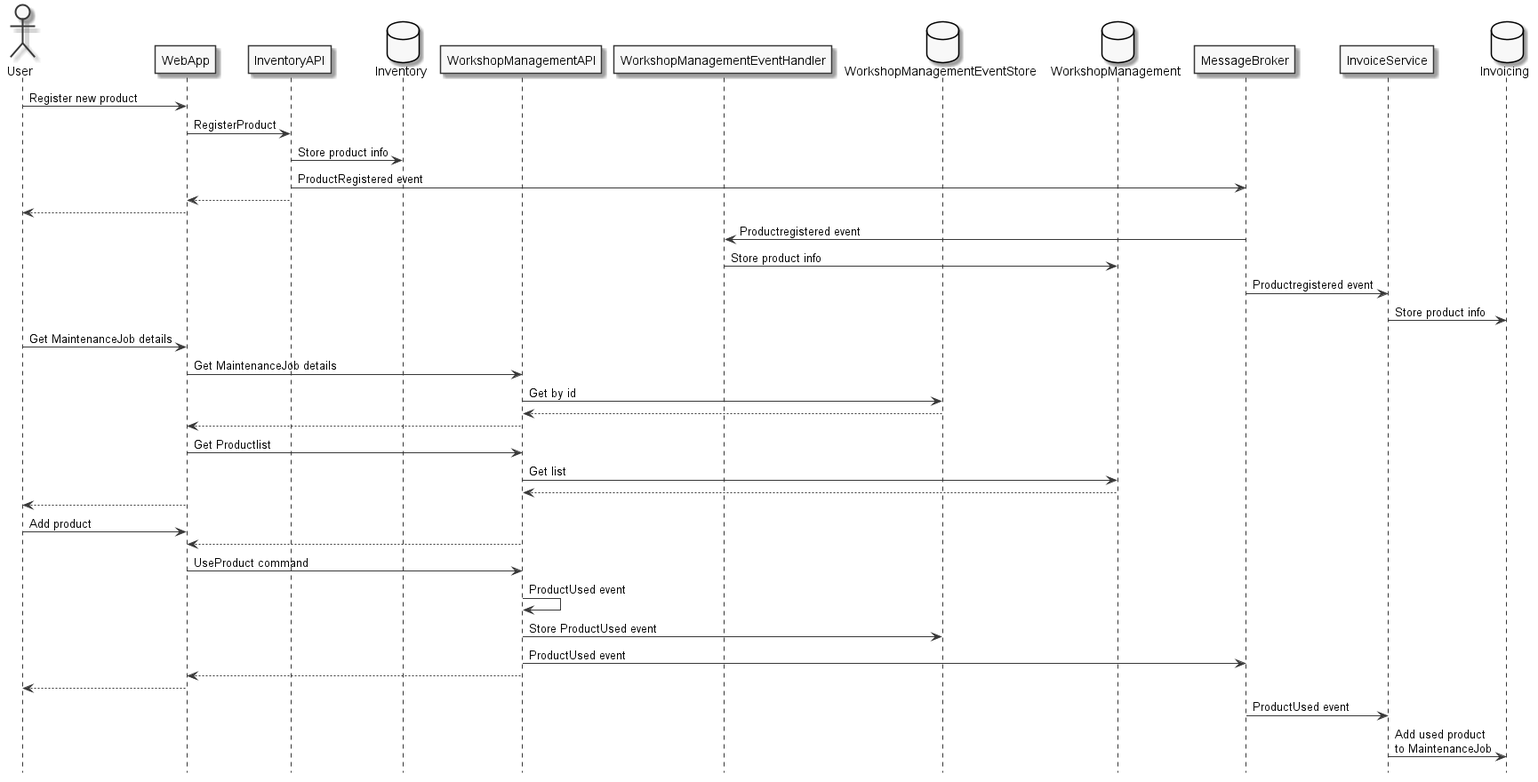
Before: img/inventory-management.png, a diagram exported from PlantUML (EdwinVW/cloud-native-architecture-workshop).
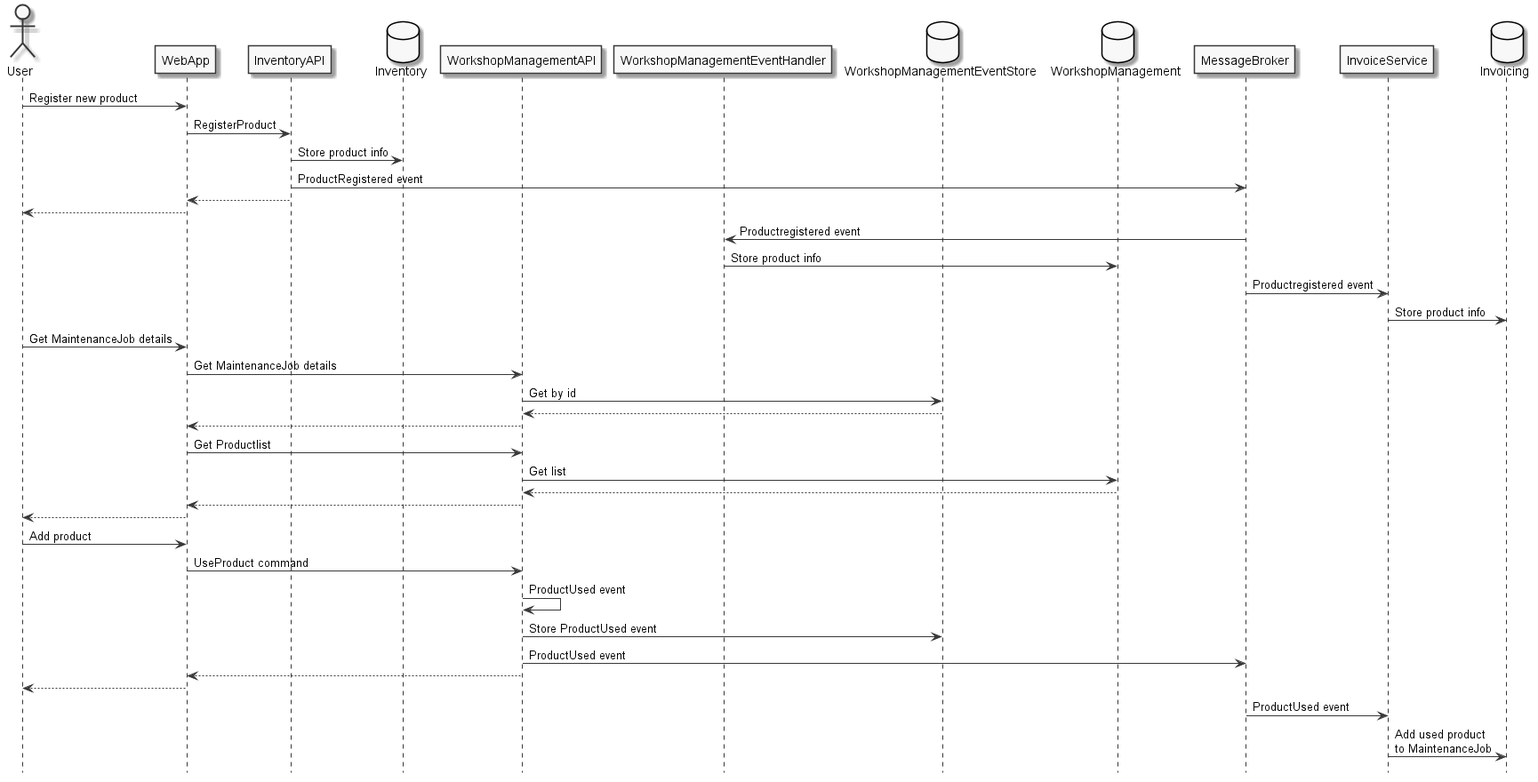
Later version of the same file.

Commit message:
Updated InventoryManagement sequence diagram

Diff of the diagram source:
```diff
@@ -34,9 +34,9 @@
 WebApp -> WorkshopManagementAPI: Get Productlist
 WorkshopManagementAPI -> WorkshopManagement: Get list
 WorkshopManagementAPI <-- WorkshopManagement
+WebApp <-- WorkshopManagementAPI
 User <-- WebApp
 User -> WebApp: Add product
-WebApp <-- WorkshopManagementAPI
 WebApp -> WorkshopManagementAPI: UseProduct command
 WorkshopManagementAPI -> WorkshopManagementAPI: ProductUsed event
 WorkshopManagementAPI -> WorkshopManagementEventStore: Store ProductUsed event
```
